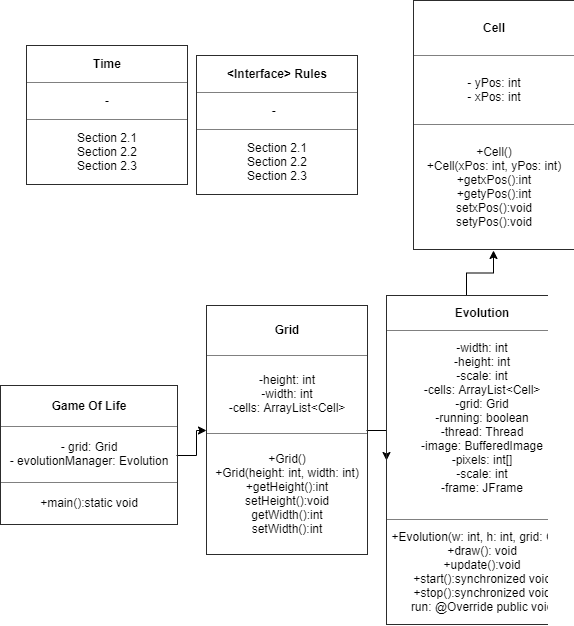
Earlier version of the draw.io export Prog2.png (pielun-nti/GameOfLife). Source tidied: cells renumbered, new cells last; positions are measured from the earlier drawing's top-left corner, leaving out a move shared by most shapes.
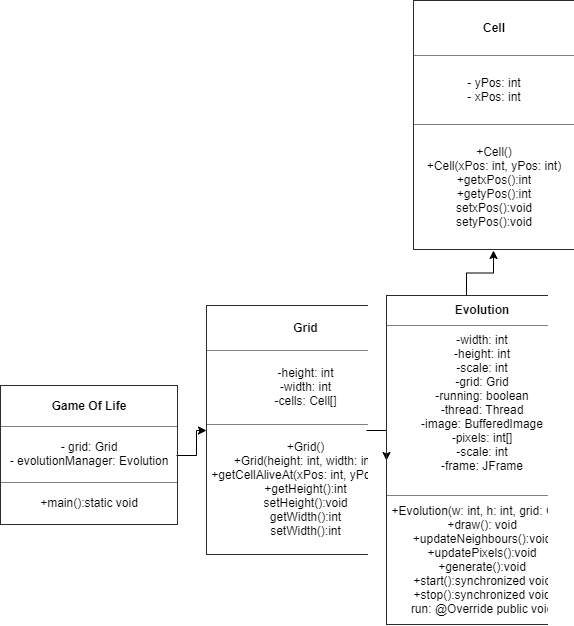
After the change.

Diff of the diagram source:
```diff
@@ -31,23 +31,17 @@
     <mxCell id="8" style="edgeStyle=orthogonalEdgeStyle;rounded=0;jettySize=auto;html=1;" parent="1" edge="1" source="9" target="13">
       <mxGeometry relative="1" as="geometry" />
     </mxCell>
-    <mxCell id="9" value="&lt;table border=&quot;1&quot; width=&quot;100%&quot; cellpadding=&quot;4&quot; style=&quot;width: 100% ; height: 100% ; border-collapse: collapse&quot;&gt;&lt;tbody&gt;&lt;tr&gt;&lt;th align=&quot;center&quot;&gt;Grid&lt;/th&gt;&lt;/tr&gt;&lt;tr&gt;&lt;td align=&quot;center&quot;&gt;-height: int&lt;br&gt;-width: int&lt;br&gt;-cells: ArrayList&amp;lt;Cell&amp;gt;&lt;/td&gt;&lt;/tr&gt;&lt;tr&gt;&lt;td align=&quot;center&quot;&gt;+Grid()&lt;br&gt;+Grid(height: int, width: int)&lt;br&gt;+getHeight():int&lt;br&gt;setHeight():void&lt;br&gt;getWidth():int&lt;br&gt;setWidth():int&lt;/td&gt;&lt;/tr&gt;&lt;/tbody&gt;&lt;/table&gt;" style="text;html=1;strokeColor=none;fillColor=none;overflow=fill;" parent="1" vertex="1">
+    <mxCell id="9" value="&lt;table border=&quot;1&quot; width=&quot;100%&quot; cellpadding=&quot;4&quot; style=&quot;width: 100% ; height: 100% ; border-collapse: collapse&quot;&gt;&lt;tbody&gt;&lt;tr&gt;&lt;th align=&quot;center&quot;&gt;Grid&lt;/th&gt;&lt;/tr&gt;&lt;tr&gt;&lt;td align=&quot;center&quot;&gt;-height: int&lt;br&gt;-width: int&lt;br&gt;-cells: Cell[]&lt;/td&gt;&lt;/tr&gt;&lt;tr&gt;&lt;td align=&quot;center&quot;&gt;+Grid()&lt;br&gt;+Grid(height: int, width: int)&lt;br&gt;+getCellAliveAt(xPos: int, yPos: int)&lt;br&gt;+getHeight():int&lt;br&gt;setHeight():void&lt;br&gt;getWidth():int&lt;br&gt;setWidth():int&lt;/td&gt;&lt;/tr&gt;&lt;/tbody&gt;&lt;/table&gt;" style="text;html=1;strokeColor=none;fillColor=none;overflow=fill;" parent="1" vertex="1">
       <mxGeometry x="206" y="305" width="160" height="250" as="geometry" />
     </mxCell>
     <mxCell id="10" value="&lt;table border=&quot;1&quot; width=&quot;100%&quot; cellpadding=&quot;4&quot; style=&quot;width: 100% ; height: 100% ; border-collapse: collapse&quot;&gt;&lt;tbody&gt;&lt;tr&gt;&lt;th align=&quot;center&quot;&gt;Cell&lt;/th&gt;&lt;/tr&gt;&lt;tr&gt;&lt;td align=&quot;center&quot;&gt;- yPos: int&lt;br&gt;- xPos: int&lt;/td&gt;&lt;/tr&gt;&lt;tr&gt;&lt;td align=&quot;center&quot;&gt;+Cell()&lt;br&gt;+Cell(xPos: int, yPos: int)&lt;br&gt;+getxPos():int&lt;br&gt;+getyPos():int&lt;br&gt;setxPos():void&lt;br&gt;setyPos():void&lt;/td&gt;&lt;/tr&gt;&lt;/tbody&gt;&lt;/table&gt;" style="text;html=1;strokeColor=none;fillColor=none;overflow=fill;" parent="1" vertex="1">
       <mxGeometry x="413" width="160" height="250" as="geometry" />
     </mxCell>
-    <mxCell id="11" value="&lt;table border=&quot;1&quot; width=&quot;100%&quot; cellpadding=&quot;4&quot; style=&quot;width: 100% ; height: 100% ; border-collapse: collapse&quot;&gt;&lt;tbody&gt;&lt;tr&gt;&lt;th align=&quot;center&quot;&gt;&amp;lt;Interface&amp;gt; Rules&lt;/th&gt;&lt;/tr&gt;&lt;tr&gt;&lt;td align=&quot;center&quot;&gt;-&amp;nbsp;&amp;nbsp;&lt;/td&gt;&lt;/tr&gt;&lt;tr&gt;&lt;td align=&quot;center&quot;&gt;Section 2.1&lt;br&gt;Section 2.2&lt;br&gt;Section 2.3&lt;/td&gt;&lt;/tr&gt;&lt;/tbody&gt;&lt;/table&gt;" style="text;html=1;strokeColor=none;fillColor=none;overflow=fill;" parent="1" vertex="1">
-      <mxGeometry x="196" y="55" width="160" height="140" as="geometry" />
-    </mxCell>
     <mxCell id="12" style="edgeStyle=orthogonalEdgeStyle;rounded=0;jettySize=auto;html=1;" parent="1" edge="1" source="13" target="10">
       <mxGeometry relative="1" as="geometry" />
     </mxCell>
-    <mxCell id="13" value="&lt;table border=&quot;1&quot; width=&quot;100%&quot; cellpadding=&quot;4&quot; style=&quot;width: 100% ; height: 100% ; border-collapse: collapse&quot;&gt;&lt;tbody&gt;&lt;tr&gt;&lt;th align=&quot;center&quot;&gt;Evolution&lt;/th&gt;&lt;/tr&gt;&lt;tr&gt;&lt;td align=&quot;center&quot;&gt;-width: int&lt;br&gt;-height: int&lt;br&gt;-scale: int&lt;br&gt;-cells: ArrayList&amp;lt;Cell&amp;gt;&lt;br&gt;-grid: Grid&lt;br&gt;-running: boolean&lt;br&gt;-thread: Thread&lt;br&gt;-image: BufferedImage&lt;br&gt;-pixels: int[]&lt;br&gt;-scale: int&lt;br&gt;-frame: JFrame&lt;br&gt;&lt;br&gt;&lt;/td&gt;&lt;/tr&gt;&lt;tr&gt;&lt;td align=&quot;center&quot;&gt;+Evolution(w: int, h: int, grid: Grid)&lt;br&gt;+draw(): void&lt;br&gt;+update():void&lt;br&gt;+start():synchronized void&lt;br&gt;+stop():synchronized void&lt;br&gt;run: @Override public void&lt;/td&gt;&lt;/tr&gt;&lt;/tbody&gt;&lt;/table&gt;" style="text;html=1;strokeColor=none;fillColor=none;overflow=fill;" parent="1" vertex="1">
+    <mxCell id="13" value="&lt;table border=&quot;1&quot; width=&quot;100%&quot; cellpadding=&quot;4&quot; style=&quot;width: 100% ; height: 100% ; border-collapse: collapse&quot;&gt;&lt;tbody&gt;&lt;tr&gt;&lt;th align=&quot;center&quot;&gt;Evolution&lt;/th&gt;&lt;/tr&gt;&lt;tr&gt;&lt;td align=&quot;center&quot;&gt;-width: int&lt;br&gt;-height: int&lt;br&gt;-scale: int&lt;br&gt;-grid: Grid&lt;br&gt;-running: boolean&lt;br&gt;-thread: Thread&lt;br&gt;-image: BufferedImage&lt;br&gt;-pixels: int[]&lt;br&gt;-scale: int&lt;br&gt;-frame: JFrame&lt;br&gt;&lt;br&gt;&lt;/td&gt;&lt;/tr&gt;&lt;tr&gt;&lt;td align=&quot;center&quot;&gt;+Evolution(w: int, h: int, grid: Grid)&lt;br&gt;+draw(): void&lt;br&gt;+updateNeighbours():void&lt;br&gt;+updatePixels():void&lt;br&gt;+generate():void&lt;br&gt;+start():synchronized void&lt;br&gt;+stop():synchronized void&lt;br&gt;run: @Override public void&lt;/td&gt;&lt;/tr&gt;&lt;/tbody&gt;&lt;/table&gt;" style="text;html=1;strokeColor=none;fillColor=none;overflow=fill;" parent="1" vertex="1">
       <mxGeometry x="386" y="295" width="160" height="330" as="geometry" />
     </mxCell>
-    <mxCell id="14" value="&lt;table border=&quot;1&quot; width=&quot;100%&quot; cellpadding=&quot;4&quot; style=&quot;width: 100% ; height: 100% ; border-collapse: collapse&quot;&gt;&lt;tbody&gt;&lt;tr&gt;&lt;th align=&quot;center&quot;&gt;Time&lt;/th&gt;&lt;/tr&gt;&lt;tr&gt;&lt;td align=&quot;center&quot;&gt;-&lt;/td&gt;&lt;/tr&gt;&lt;tr&gt;&lt;td align=&quot;center&quot;&gt;Section 2.1&lt;br&gt;Section 2.2&lt;br&gt;Section 2.3&lt;/td&gt;&lt;/tr&gt;&lt;/tbody&gt;&lt;/table&gt;" style="text;html=1;strokeColor=none;fillColor=none;overflow=fill;" parent="1" vertex="1">
-      <mxGeometry x="26" y="45" width="160" height="140" as="geometry" />
-    </mxCell>
   </root>
 </mxGraphModel>
```
